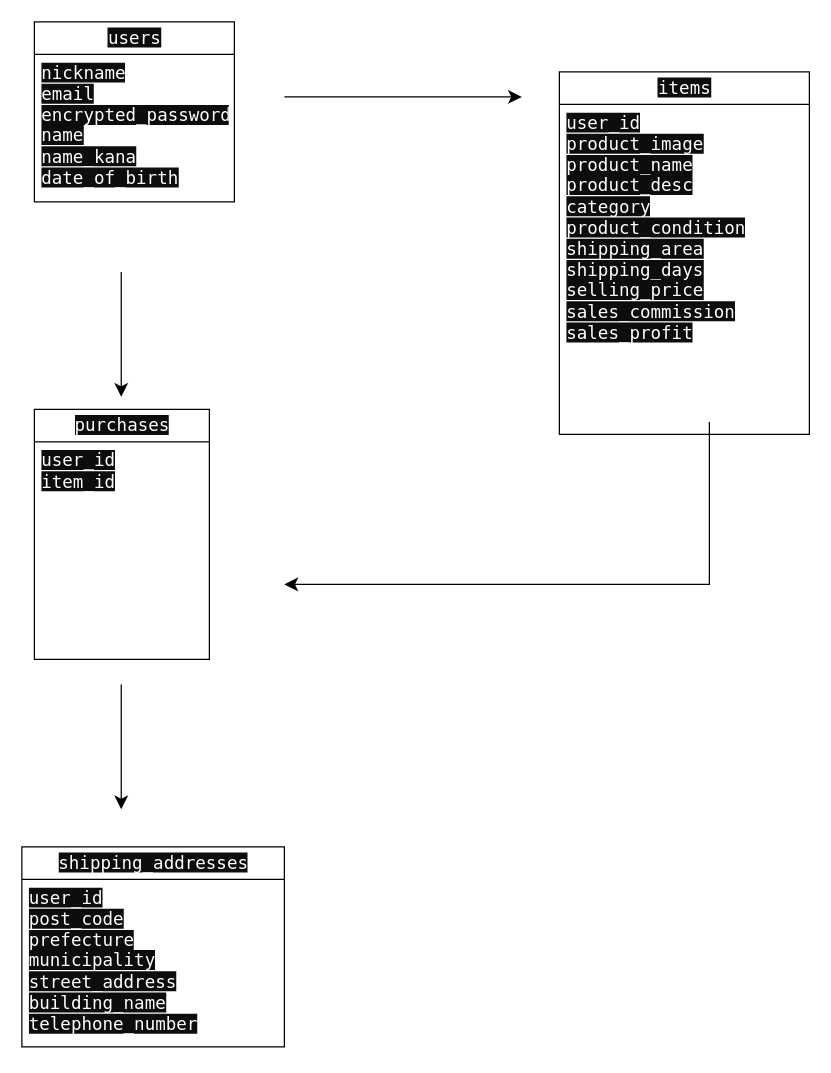
The draw.io diagram furima.dio in sasakibambi/furima-40499, before the edit. Source tidied: cells renumbered, new cells numbered last; positions are measured from the earlier drawing's top-left corner, leaving out a move shared by most shapes. Both pictures are drawn from the tidied source at 125%, with x=0, y=0 at pixel (-41, 21).
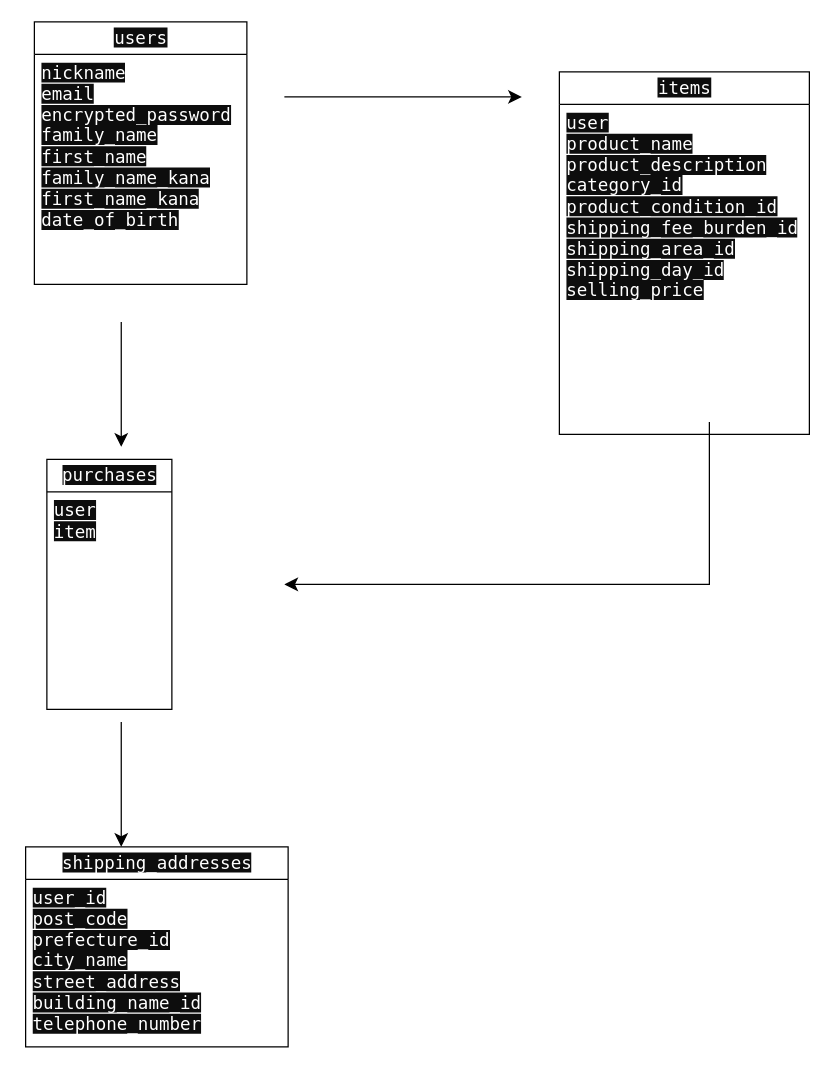
After the change.

Commit message (it also covers changes not shown here):
データベース設計(修正2)

The change refers to these unchanged cells:
```xml
<mxCell id="8" value="&lt;span style=&quot;color: rgb(255, 255, 255); font-family: &amp;quot;Söhne Mono&amp;quot;, Monaco, &amp;quot;Andale Mono&amp;quot;, &amp;quot;Ubuntu Mono&amp;quot;, monospace; font-size: 14px; text-align: left; background-color: rgb(13, 13, 13);&quot;&gt;items  &lt;/span&gt;" style="swimlane;fontStyle=0;horizontal=1;startSize=26;fillColor=none;html=1;" parent="1" vertex="1">
  <mxGeometry x="480" y="40" width="200" height="290" as="geometry" />
</mxCell>
```

Diff of the diagram source:
```diff
@@
     <mxCell id="2" value="&lt;span style=&quot;color: rgb(255, 255, 255); font-family: &amp;quot;Söhne Mono&amp;quot;, Monaco, &amp;quot;Andale Mono&amp;quot;, &amp;quot;Ubuntu Mono&amp;quot;, monospace; font-size: 14px; text-align: left; background-color: rgb(13, 13, 13);&quot;&gt;users &lt;/span&gt;" style="swimlane;fontStyle=0;horizontal=1;startSize=26;fillColor=none;html=1;" parent="1" vertex="1">
-      <mxGeometry x="60" width="160" height="144" as="geometry" />
+      <mxGeometry x="60" width="170" height="210" as="geometry" />
     </mxCell>
-    <mxCell id="3" value="&lt;span style=&quot;color: rgb(255, 255, 255); font-family: &amp;quot;Söhne Mono&amp;quot;, Monaco, &amp;quot;Andale Mono&amp;quot;, &amp;quot;Ubuntu Mono&amp;quot;, monospace; font-size: 14px; background-color: rgb(13, 13, 13);&quot;&gt;nickname&lt;br&gt;&lt;/span&gt;&lt;span style=&quot;color: rgb(255, 255, 255); font-family: &amp;quot;Söhne Mono&amp;quot;, Monaco, &amp;quot;Andale Mono&amp;quot;, &amp;quot;Ubuntu Mono&amp;quot;, monospace; font-size: 14px; background-color: rgb(13, 13, 13);&quot;&gt;email&lt;br&gt;&lt;/span&gt;&lt;span style=&quot;color: rgb(255, 255, 255); font-family: &amp;quot;Söhne Mono&amp;quot;, Monaco, &amp;quot;Andale Mono&amp;quot;, &amp;quot;Ubuntu Mono&amp;quot;, monospace; font-size: 14px; background-color: rgb(13, 13, 13);&quot;&gt;encrypted_password&lt;br&gt;&lt;/span&gt;&lt;span style=&quot;color: rgb(255, 255, 255); font-family: &amp;quot;Söhne Mono&amp;quot;, Monaco, &amp;quot;Andale Mono&amp;quot;, &amp;quot;Ubuntu Mono&amp;quot;, monospace; font-size: 14px; background-color: rgb(13, 13, 13);&quot;&gt;name&lt;br&gt;&lt;/span&gt;&lt;span style=&quot;color: rgb(255, 255, 255); font-family: &amp;quot;Söhne Mono&amp;quot;, Monaco, &amp;quot;Andale Mono&amp;quot;, &amp;quot;Ubuntu Mono&amp;quot;, monospace; font-size: 14px; background-color: rgb(13, 13, 13);&quot;&gt;name_kana&lt;/span&gt;&lt;span style=&quot;color: rgb(255, 255, 255); font-family: &amp;quot;Söhne Mono&amp;quot;, Monaco, &amp;quot;Andale Mono&amp;quot;, &amp;quot;Ubuntu Mono&amp;quot;, monospace; font-size: 14px; background-color: rgb(13, 13, 13);&quot;&gt;&lt;br&gt;&lt;/span&gt;&lt;span style=&quot;color: rgb(255, 255, 255); font-family: &amp;quot;Söhne Mono&amp;quot;, Monaco, &amp;quot;Andale Mono&amp;quot;, &amp;quot;Ubuntu Mono&amp;quot;, monospace; font-size: 14px; background-color: rgb(13, 13, 13);&quot;&gt;date_of_birth&lt;/span&gt;&lt;span style=&quot;color: rgb(255, 255, 255); font-family: &amp;quot;Söhne Mono&amp;quot;, Monaco, &amp;quot;Andale Mono&amp;quot;, &amp;quot;Ubuntu Mono&amp;quot;, monospace; font-size: 14px; background-color: rgb(13, 13, 13);&quot;&gt;&lt;br&gt;&lt;/span&gt;" style="text;strokeColor=none;fillColor=none;align=left;verticalAlign=top;spacingLeft=4;spacingRight=4;overflow=hidden;whiteSpace=wrap;html=1;" parent="2" vertex="1">
-      <mxGeometry y="26" width="160" height="118" as="geometry" />
-    </mxCell>
     <mxCell id="4" value="&lt;span style=&quot;color: rgb(255, 255, 255); font-family: &amp;quot;Söhne Mono&amp;quot;, Monaco, &amp;quot;Andale Mono&amp;quot;, &amp;quot;Ubuntu Mono&amp;quot;, monospace; font-size: 14px; text-align: left; background-color: rgb(13, 13, 13);&quot;&gt;purchases &lt;/span&gt;" style="swimlane;fontStyle=0;horizontal=1;startSize=26;fillColor=none;html=1;" parent="1" vertex="1">
-      <mxGeometry x="60" y="310" width="140" height="200" as="geometry" />
+      <mxGeometry x="70" y="350" width="100" height="200" as="geometry" />
     </mxCell>
-    <mxCell id="5" value="&lt;span style=&quot;color: rgb(255, 255, 255); font-family: &amp;quot;Söhne Mono&amp;quot;, Monaco, &amp;quot;Andale Mono&amp;quot;, &amp;quot;Ubuntu Mono&amp;quot;, monospace; font-size: 14px; font-style: normal; font-variant-ligatures: normal; font-variant-caps: normal; font-weight: 400; letter-spacing: normal; orphans: 2; text-align: left; text-indent: 0px; text-transform: none; widows: 2; word-spacing: 0px; -webkit-text-stroke-width: 0px; background-color: rgb(13, 13, 13); text-decoration-thickness: initial; text-decoration-style: initial; text-decoration-color: initial; float: none; display: inline !important;&quot;&gt;user_id  &lt;br&gt;&lt;span style=&quot;&quot;&gt;item_id  &lt;/span&gt;&lt;br&gt;&lt;/span&gt;" style="text;strokeColor=none;fillColor=none;align=left;verticalAlign=top;spacingLeft=4;spacingRight=4;overflow=hidden;whiteSpace=wrap;html=1;" parent="4" vertex="1">
-      <mxGeometry y="26" width="140" height="174" as="geometry" />
+    <mxCell id="5" value="&lt;span style=&quot;color: rgb(255, 255, 255); font-family: &amp;quot;Söhne Mono&amp;quot;, Monaco, &amp;quot;Andale Mono&amp;quot;, &amp;quot;Ubuntu Mono&amp;quot;, monospace; font-size: 14px; font-style: normal; font-variant-ligatures: normal; font-variant-caps: normal; font-weight: 400; letter-spacing: normal; orphans: 2; text-align: left; text-indent: 0px; text-transform: none; widows: 2; word-spacing: 0px; -webkit-text-stroke-width: 0px; background-color: rgb(13, 13, 13); text-decoration-thickness: initial; text-decoration-style: initial; text-decoration-color: initial; float: none; display: inline !important;&quot;&gt;user&lt;br&gt;&lt;span style=&quot;&quot;&gt;item&lt;/span&gt;&lt;br&gt;&lt;/span&gt;" style="text;strokeColor=none;fillColor=none;align=left;verticalAlign=top;spacingLeft=4;spacingRight=4;overflow=hidden;whiteSpace=wrap;html=1;" parent="4" vertex="1">
+      <mxGeometry y="26" width="100" height="174" as="geometry" />
     </mxCell>
     <mxCell id="6" value="&lt;span style=&quot;color: rgb(255, 255, 255); font-family: &amp;quot;Söhne Mono&amp;quot;, Monaco, &amp;quot;Andale Mono&amp;quot;, &amp;quot;Ubuntu Mono&amp;quot;, monospace; font-size: 14px; text-align: left; background-color: rgb(13, 13, 13);&quot;&gt;shipping_addresses&lt;/span&gt;" style="swimlane;fontStyle=0;horizontal=1;startSize=26;fillColor=none;html=1;" parent="1" vertex="1">
-      <mxGeometry x="50" y="660" width="210" height="160" as="geometry" />
+      <mxGeometry x="53" y="660" width="210" height="160" as="geometry" />
     </mxCell>
-    <mxCell id="7" value="&lt;span style=&quot;color: rgb(255, 255, 255); font-family: &amp;quot;Söhne Mono&amp;quot;, Monaco, &amp;quot;Andale Mono&amp;quot;, &amp;quot;Ubuntu Mono&amp;quot;, monospace; font-size: 14px; background-color: rgb(13, 13, 13);&quot;&gt;user_id&lt;br&gt;&lt;/span&gt;&lt;span style=&quot;color: rgb(255, 255, 255); font-family: &amp;quot;Söhne Mono&amp;quot;, Monaco, &amp;quot;Andale Mono&amp;quot;, &amp;quot;Ubuntu Mono&amp;quot;, monospace; font-size: 14px; background-color: rgb(13, 13, 13);&quot;&gt;post_code&lt;br&gt;&lt;/span&gt;&lt;span style=&quot;color: rgb(255, 255, 255); font-family: &amp;quot;Söhne Mono&amp;quot;, Monaco, &amp;quot;Andale Mono&amp;quot;, &amp;quot;Ubuntu Mono&amp;quot;, monospace; font-size: 14px; background-color: rgb(13, 13, 13);&quot;&gt;prefecture&lt;br&gt;&lt;/span&gt;&lt;span style=&quot;color: rgb(255, 255, 255); font-family: &amp;quot;Söhne Mono&amp;quot;, Monaco, &amp;quot;Andale Mono&amp;quot;, &amp;quot;Ubuntu Mono&amp;quot;, monospace; font-size: 14px; background-color: rgb(13, 13, 13);&quot;&gt; municipality&lt;br&gt;&lt;/span&gt;&lt;span style=&quot;color: rgb(255, 255, 255); font-family: &amp;quot;Söhne Mono&amp;quot;, Monaco, &amp;quot;Andale Mono&amp;quot;, &amp;quot;Ubuntu Mono&amp;quot;, monospace; font-size: 14px; background-color: rgb(13, 13, 13);&quot;&gt;street_address &lt;br&gt;&lt;/span&gt;&lt;span style=&quot;color: rgb(255, 255, 255); font-family: &amp;quot;Söhne Mono&amp;quot;, Monaco, &amp;quot;Andale Mono&amp;quot;, &amp;quot;Ubuntu Mono&amp;quot;, monospace; font-size: 14px; background-color: rgb(13, 13, 13);&quot;&gt;building_name  &lt;br&gt;&lt;/span&gt;&lt;span style=&quot;color: rgb(255, 255, 255); font-family: &amp;quot;Söhne Mono&amp;quot;, Monaco, &amp;quot;Andale Mono&amp;quot;, &amp;quot;Ubuntu Mono&amp;quot;, monospace; font-size: 14px; background-color: rgb(13, 13, 13);&quot;&gt;telephone_number&lt;/span&gt;&lt;span style=&quot;color: rgb(255, 255, 255); font-family: &amp;quot;Söhne Mono&amp;quot;, Monaco, &amp;quot;Andale Mono&amp;quot;, &amp;quot;Ubuntu Mono&amp;quot;, monospace; font-size: 14px; background-color: rgb(13, 13, 13);&quot;&gt;&lt;br&gt;&lt;/span&gt;" style="text;strokeColor=none;fillColor=none;align=left;verticalAlign=top;spacingLeft=4;spacingRight=4;overflow=hidden;whiteSpace=wrap;html=1;" parent="6" vertex="1">
+    <mxCell id="7" value="&lt;span style=&quot;color: rgb(255, 255, 255); font-family: &amp;quot;Söhne Mono&amp;quot;, Monaco, &amp;quot;Andale Mono&amp;quot;, &amp;quot;Ubuntu Mono&amp;quot;, monospace; font-size: 14px; background-color: rgb(13, 13, 13);&quot;&gt;user_id&lt;br&gt;&lt;/span&gt;&lt;span style=&quot;color: rgb(255, 255, 255); font-family: &amp;quot;Söhne Mono&amp;quot;, Monaco, &amp;quot;Andale Mono&amp;quot;, &amp;quot;Ubuntu Mono&amp;quot;, monospace; font-size: 14px; background-color: rgb(13, 13, 13);&quot;&gt;post_code&lt;br&gt;&lt;/span&gt;&lt;span style=&quot;color: rgb(255, 255, 255); font-family: &amp;quot;Söhne Mono&amp;quot;, Monaco, &amp;quot;Andale Mono&amp;quot;, &amp;quot;Ubuntu Mono&amp;quot;, monospace; font-size: 14px; background-color: rgb(13, 13, 13);&quot;&gt;prefecture_id&lt;br&gt;&lt;/span&gt;&lt;span style=&quot;color: rgb(255, 255, 255); font-family: &amp;quot;Söhne Mono&amp;quot;, Monaco, &amp;quot;Andale Mono&amp;quot;, &amp;quot;Ubuntu Mono&amp;quot;, monospace; font-size: 14px; background-color: rgb(13, 13, 13);&quot;&gt;city_name&lt;br&gt;&lt;/span&gt;&lt;span style=&quot;color: rgb(255, 255, 255); font-family: &amp;quot;Söhne Mono&amp;quot;, Monaco, &amp;quot;Andale Mono&amp;quot;, &amp;quot;Ubuntu Mono&amp;quot;, monospace; font-size: 14px; background-color: rgb(13, 13, 13);&quot;&gt;street_address &lt;br&gt;&lt;/span&gt;&lt;span style=&quot;color: rgb(255, 255, 255); font-family: &amp;quot;Söhne Mono&amp;quot;, Monaco, &amp;quot;Andale Mono&amp;quot;, &amp;quot;Ubuntu Mono&amp;quot;, monospace; font-size: 14px; background-color: rgb(13, 13, 13);&quot;&gt;building_name_id&lt;br&gt;&lt;/span&gt;&lt;span style=&quot;color: rgb(255, 255, 255); font-family: &amp;quot;Söhne Mono&amp;quot;, Monaco, &amp;quot;Andale Mono&amp;quot;, &amp;quot;Ubuntu Mono&amp;quot;, monospace; font-size: 14px; background-color: rgb(13, 13, 13);&quot;&gt;telephone_number&lt;/span&gt;&lt;span style=&quot;color: rgb(255, 255, 255); font-family: &amp;quot;Söhne Mono&amp;quot;, Monaco, &amp;quot;Andale Mono&amp;quot;, &amp;quot;Ubuntu Mono&amp;quot;, monospace; font-size: 14px; background-color: rgb(13, 13, 13);&quot;&gt;&lt;br&gt;&lt;/span&gt;" style="text;strokeColor=none;fillColor=none;align=left;verticalAlign=top;spacingLeft=4;spacingRight=4;overflow=hidden;whiteSpace=wrap;html=1;" parent="6" vertex="1">
       <mxGeometry y="26" width="210" height="134" as="geometry" />
     </mxCell>
@@
-    <mxCell id="9" value="&lt;span style=&quot;color: rgb(255, 255, 255); font-family: &amp;quot;Söhne Mono&amp;quot;, Monaco, &amp;quot;Andale Mono&amp;quot;, &amp;quot;Ubuntu Mono&amp;quot;, monospace; font-size: 14px; background-color: rgb(13, 13, 13);&quot;&gt;user_id &lt;br&gt;&lt;/span&gt;&lt;span style=&quot;color: rgb(255, 255, 255); font-family: &amp;quot;Söhne Mono&amp;quot;, Monaco, &amp;quot;Andale Mono&amp;quot;, &amp;quot;Ubuntu Mono&amp;quot;, monospace; font-size: 14px; background-color: rgb(13, 13, 13);&quot;&gt;product_image&lt;br&gt;&lt;/span&gt;&lt;span style=&quot;color: rgb(255, 255, 255); font-family: &amp;quot;Söhne Mono&amp;quot;, Monaco, &amp;quot;Andale Mono&amp;quot;, &amp;quot;Ubuntu Mono&amp;quot;, monospace; font-size: 14px; background-color: rgb(13, 13, 13);&quot;&gt;product_name&lt;br&gt;&lt;/span&gt;&lt;span style=&quot;color: rgb(255, 255, 255); font-family: &amp;quot;Söhne Mono&amp;quot;, Monaco, &amp;quot;Andale Mono&amp;quot;, &amp;quot;Ubuntu Mono&amp;quot;, monospace; font-size: 14px; background-color: rgb(13, 13, 13);&quot;&gt;product_desc&lt;br&gt;&lt;/span&gt;&lt;span style=&quot;color: rgb(255, 255, 255); font-family: &amp;quot;Söhne Mono&amp;quot;, Monaco, &amp;quot;Andale Mono&amp;quot;, &amp;quot;Ubuntu Mono&amp;quot;, monospace; font-size: 14px; background-color: rgb(13, 13, 13);&quot;&gt;category&lt;br&gt;&lt;/span&gt;&lt;span style=&quot;color: rgb(255, 255, 255); font-family: &amp;quot;Söhne Mono&amp;quot;, Monaco, &amp;quot;Andale Mono&amp;quot;, &amp;quot;Ubuntu Mono&amp;quot;, monospace; font-size: 14px; background-color: rgb(13, 13, 13);&quot;&gt; product_condition&lt;br&gt;&lt;/span&gt;&lt;span style=&quot;color: rgb(255, 255, 255); font-family: &amp;quot;Söhne Mono&amp;quot;, Monaco, &amp;quot;Andale Mono&amp;quot;, &amp;quot;Ubuntu Mono&amp;quot;, monospace; font-size: 14px; background-color: rgb(13, 13, 13);&quot;&gt;shipping_area&lt;br&gt;&lt;/span&gt;&lt;span style=&quot;color: rgb(255, 255, 255); font-family: &amp;quot;Söhne Mono&amp;quot;, Monaco, &amp;quot;Andale Mono&amp;quot;, &amp;quot;Ubuntu Mono&amp;quot;, monospace; font-size: 14px; background-color: rgb(13, 13, 13);&quot;&gt;shipping_days&lt;br&gt;&lt;/span&gt;&lt;span style=&quot;color: rgb(255, 255, 255); font-family: &amp;quot;Söhne Mono&amp;quot;, Monaco, &amp;quot;Andale Mono&amp;quot;, &amp;quot;Ubuntu Mono&amp;quot;, monospace; font-size: 14px; background-color: rgb(13, 13, 13);&quot;&gt;selling_price&lt;br&gt;&lt;/span&gt;&lt;span style=&quot;color: rgb(255, 255, 255); font-family: &amp;quot;Söhne Mono&amp;quot;, Monaco, &amp;quot;Andale Mono&amp;quot;, &amp;quot;Ubuntu Mono&amp;quot;, monospace; font-size: 14px; background-color: rgb(13, 13, 13);&quot;&gt;sales_commission&lt;br&gt;&lt;/span&gt;&lt;span style=&quot;color: rgb(255, 255, 255); font-family: &amp;quot;Söhne Mono&amp;quot;, Monaco, &amp;quot;Andale Mono&amp;quot;, &amp;quot;Ubuntu Mono&amp;quot;, monospace; font-size: 14px; background-color: rgb(13, 13, 13);&quot;&gt;sales_profit&lt;/span&gt;&lt;span style=&quot;color: rgb(255, 255, 255); font-family: &amp;quot;Söhne Mono&amp;quot;, Monaco, &amp;quot;Andale Mono&amp;quot;, &amp;quot;Ubuntu Mono&amp;quot;, monospace; font-size: 14px; background-color: rgb(13, 13, 13);&quot;&gt;&lt;br&gt;&lt;/span&gt;" style="text;strokeColor=none;fillColor=none;align=left;verticalAlign=top;spacingLeft=4;spacingRight=4;overflow=hidden;whiteSpace=wrap;html=1;" parent="8" vertex="1">
+    <mxCell id="9" value="&lt;span style=&quot;color: rgb(255, 255, 255); font-family: &amp;quot;Söhne Mono&amp;quot;, Monaco, &amp;quot;Andale Mono&amp;quot;, &amp;quot;Ubuntu Mono&amp;quot;, monospace; font-size: 14px; background-color: rgb(13, 13, 13);&quot;&gt;user&lt;/span&gt;&lt;span style=&quot;color: rgb(255, 255, 255); font-family: &amp;quot;Söhne Mono&amp;quot;, Monaco, &amp;quot;Andale Mono&amp;quot;, &amp;quot;Ubuntu Mono&amp;quot;, monospace; font-size: 14px; background-color: rgb(13, 13, 13);&quot;&gt;&lt;br&gt;&lt;/span&gt;&lt;span style=&quot;color: rgb(255, 255, 255); font-family: &amp;quot;Söhne Mono&amp;quot;, Monaco, &amp;quot;Andale Mono&amp;quot;, &amp;quot;Ubuntu Mono&amp;quot;, monospace; font-size: 14px; background-color: rgb(13, 13, 13);&quot;&gt;product_name&lt;br&gt;&lt;/span&gt;&lt;span style=&quot;color: rgb(255, 255, 255); font-family: &amp;quot;Söhne Mono&amp;quot;, Monaco, &amp;quot;Andale Mono&amp;quot;, &amp;quot;Ubuntu Mono&amp;quot;, monospace; font-size: 14px; background-color: rgb(13, 13, 13);&quot;&gt;product_description&lt;br&gt;&lt;/span&gt;&lt;span style=&quot;color: rgb(255, 255, 255); font-family: &amp;quot;Söhne Mono&amp;quot;, Monaco, &amp;quot;Andale Mono&amp;quot;, &amp;quot;Ubuntu Mono&amp;quot;, monospace; font-size: 14px; background-color: rgb(13, 13, 13);&quot;&gt;category_id&lt;br&gt;&lt;/span&gt;&lt;span style=&quot;color: rgb(255, 255, 255); font-family: &amp;quot;Söhne Mono&amp;quot;, Monaco, &amp;quot;Andale Mono&amp;quot;, &amp;quot;Ubuntu Mono&amp;quot;, monospace; font-size: 14px; background-color: rgb(13, 13, 13);&quot;&gt; product_condition_id&lt;br&gt;shipping_fee_burden_id&lt;br&gt;&lt;/span&gt;&lt;span style=&quot;color: rgb(255, 255, 255); font-family: &amp;quot;Söhne Mono&amp;quot;, Monaco, &amp;quot;Andale Mono&amp;quot;, &amp;quot;Ubuntu Mono&amp;quot;, monospace; font-size: 14px; background-color: rgb(13, 13, 13);&quot;&gt;shipping_area_id&lt;br&gt;&lt;/span&gt;&lt;span style=&quot;color: rgb(255, 255, 255); font-family: &amp;quot;Söhne Mono&amp;quot;, Monaco, &amp;quot;Andale Mono&amp;quot;, &amp;quot;Ubuntu Mono&amp;quot;, monospace; font-size: 14px; background-color: rgb(13, 13, 13);&quot;&gt;shipping_day_id&lt;br&gt;&lt;/span&gt;&lt;span style=&quot;color: rgb(255, 255, 255); font-family: &amp;quot;Söhne Mono&amp;quot;, Monaco, &amp;quot;Andale Mono&amp;quot;, &amp;quot;Ubuntu Mono&amp;quot;, monospace; font-size: 14px; background-color: rgb(13, 13, 13);&quot;&gt;selling_price&lt;br&gt;&lt;/span&gt;&lt;span style=&quot;color: rgb(255, 255, 255); font-family: &amp;quot;Söhne Mono&amp;quot;, Monaco, &amp;quot;Andale Mono&amp;quot;, &amp;quot;Ubuntu Mono&amp;quot;, monospace; font-size: 14px; background-color: rgb(13, 13, 13);&quot;&gt;&lt;br&gt;&lt;/span&gt;" style="text;strokeColor=none;fillColor=none;align=left;verticalAlign=top;spacingLeft=4;spacingRight=4;overflow=hidden;whiteSpace=wrap;html=1;" parent="8" vertex="1">
       <mxGeometry y="26" width="200" height="264" as="geometry" />
     </mxCell>
     <mxCell id="10" style="edgeStyle=elbowEdgeStyle;elbow=vertical;endArrow=classic;html=1;curved=0;rounded=0;endSize=8;startSize=8;" parent="1" edge="1">
       <mxGeometry relative="1" as="geometry">
-        <mxPoint x="129.5" y="260" as="sourcePoint" />
-        <mxPoint x="129.5" y="300" as="targetPoint" />
+        <mxPoint x="129.5" y="300" as="sourcePoint" />
+        <mxPoint x="129.5" y="340" as="targetPoint" />
         <Array as="points">
-          <mxPoint x="-0.5" y="200" />
+          <mxPoint x="-0.5" y="240" />
         </Array>
       </mxGeometry>
     </mxCell>
     <mxCell id="11" style="edgeStyle=elbowEdgeStyle;elbow=vertical;endArrow=classic;html=1;curved=0;rounded=0;endSize=8;startSize=8;" parent="1" edge="1">
       <mxGeometry relative="1" as="geometry">
-        <mxPoint x="129.5" y="590" as="sourcePoint" />
-        <mxPoint x="129.5" y="630" as="targetPoint" />
+        <mxPoint x="129.5" y="620" as="sourcePoint" />
+        <mxPoint x="129.5" y="660" as="targetPoint" />
         <Array as="points">
-          <mxPoint x="-0.5" y="530" />
+          <mxPoint x="-0.5" y="560" />
         </Array>
       </mxGeometry>
     </mxCell>
@@
+    <mxCell id="3" value="&lt;span style=&quot;color: rgb(255, 255, 255); font-family: &amp;quot;Söhne Mono&amp;quot;, Monaco, &amp;quot;Andale Mono&amp;quot;, &amp;quot;Ubuntu Mono&amp;quot;, monospace; font-size: 14px; background-color: rgb(13, 13, 13);&quot;&gt;nickname&lt;br&gt;&lt;/span&gt;&lt;span style=&quot;color: rgb(255, 255, 255); font-family: &amp;quot;Söhne Mono&amp;quot;, Monaco, &amp;quot;Andale Mono&amp;quot;, &amp;quot;Ubuntu Mono&amp;quot;, monospace; font-size: 14px; background-color: rgb(13, 13, 13);&quot;&gt;email&lt;br&gt;&lt;/span&gt;&lt;span style=&quot;color: rgb(255, 255, 255); font-family: &amp;quot;Söhne Mono&amp;quot;, Monaco, &amp;quot;Andale Mono&amp;quot;, &amp;quot;Ubuntu Mono&amp;quot;, monospace; font-size: 14px; background-color: rgb(13, 13, 13);&quot;&gt;encrypted_password&lt;br&gt;&lt;/span&gt;&lt;span style=&quot;color: rgb(255, 255, 255); font-family: &amp;quot;Söhne Mono&amp;quot;, Monaco, &amp;quot;Andale Mono&amp;quot;, &amp;quot;Ubuntu Mono&amp;quot;, monospace; font-size: 14px; background-color: rgb(13, 13, 13);&quot;&gt;family_name&lt;br&gt;first_name&lt;br&gt;&lt;/span&gt;&lt;span style=&quot;color: rgb(255, 255, 255); font-family: &amp;quot;Söhne Mono&amp;quot;, Monaco, &amp;quot;Andale Mono&amp;quot;, &amp;quot;Ubuntu Mono&amp;quot;, monospace; font-size: 14px; background-color: rgb(13, 13, 13);&quot;&gt;family_name_kana&lt;br&gt;&lt;/span&gt;&lt;span style=&quot;color: rgb(255, 255, 255); font-family: &amp;quot;Söhne Mono&amp;quot;, Monaco, &amp;quot;Andale Mono&amp;quot;, &amp;quot;Ubuntu Mono&amp;quot;, monospace; font-size: 14px; background-color: rgb(13, 13, 13);&quot;&gt;first_name_kana&lt;br&gt;&lt;/span&gt;&lt;span style=&quot;color: rgb(255, 255, 255); font-family: &amp;quot;Söhne Mono&amp;quot;, Monaco, &amp;quot;Andale Mono&amp;quot;, &amp;quot;Ubuntu Mono&amp;quot;, monospace; font-size: 14px; background-color: rgb(13, 13, 13);&quot;&gt;date_of_birth&lt;/span&gt;&lt;span style=&quot;color: rgb(255, 255, 255); font-family: &amp;quot;Söhne Mono&amp;quot;, Monaco, &amp;quot;Andale Mono&amp;quot;, &amp;quot;Ubuntu Mono&amp;quot;, monospace; font-size: 14px; background-color: rgb(13, 13, 13);&quot;&gt;&lt;br&gt;&lt;/span&gt;" style="text;strokeColor=none;fillColor=none;align=left;verticalAlign=top;spacingLeft=4;spacingRight=4;overflow=hidden;whiteSpace=wrap;html=1;" parent="1" vertex="1">
+      <mxGeometry x="60" y="26" width="170" height="184" as="geometry" />
+    </mxCell>
```
